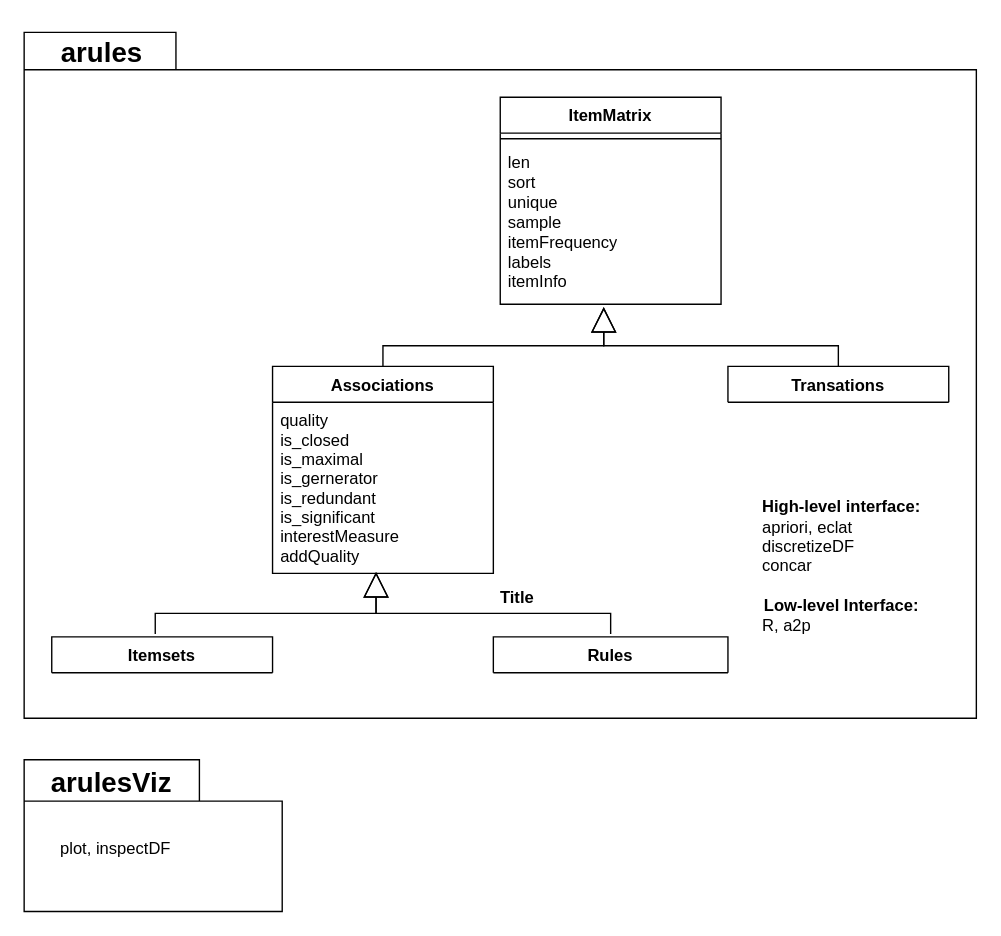
Earlier version of the draw.io diagram paper/arulespy_arxiv/classes.drawio (mhahsler/arulespy). Source tidied: cells renumbered, new cells numbered last; positions are measured from the earlier drawing's top-left corner, leaving out a move shared by most shapes. Both pictures are drawn from the tidied source at 138%, with x=0, y=0 at pixel (23, 23).
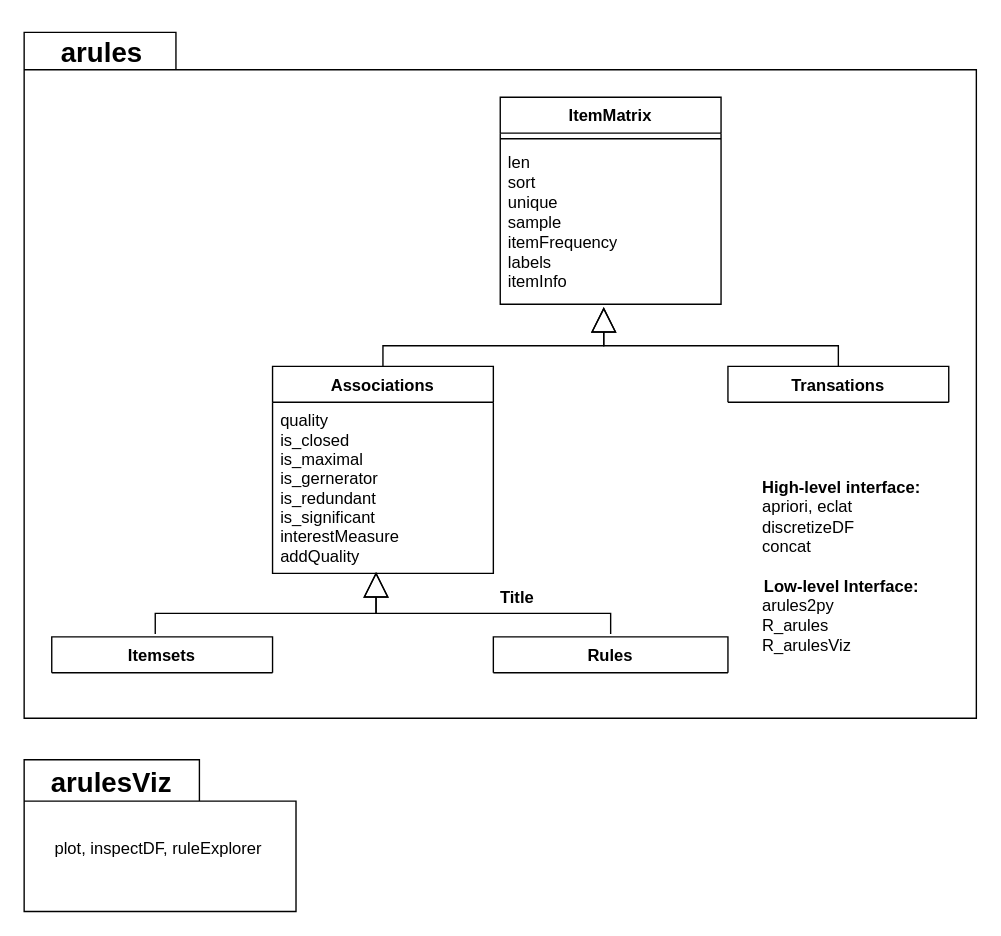
The same page after the edit.

Commit message (it also covers changes not shown here):
Fixed typos and changed names for low-level interface.

What changed in the source:
```diff
@@
     <mxCell id="16" style="shape=folder;fontStyle=1;spacingTop=10;tabWidth=127;tabHeight=30;tabPosition=left;html=1;whiteSpace=wrap;" parent="1" vertex="1">
-      <mxGeometry y="533" width="187" height="110" as="geometry" />
+      <mxGeometry y="533" width="197" height="110" as="geometry" />
     </mxCell>
@@
-    <mxCell id="19" value="&lt;span style=&quot;font-weight: normal;&quot;&gt;plot, inspectDF&lt;/span&gt;" style="text;align=center;fontStyle=1;verticalAlign=middle;spacingLeft=3;spacingRight=3;strokeColor=none;html=1;" parent="1" vertex="1">
-      <mxGeometry x="26" y="585" width="80" height="26" as="geometry" />
+    <mxCell id="19" value="&lt;span style=&quot;font-weight: normal;&quot;&gt;plot, inspectDF, ruleExplorer&lt;/span&gt;" style="text;align=center;fontStyle=1;verticalAlign=middle;spacingLeft=3;spacingRight=3;strokeColor=none;html=1;" parent="1" vertex="1">
+      <mxGeometry x="7" y="585" width="180" height="26" as="geometry" />
     </mxCell>
-    <mxCell id="20" value="High-level interface:&lt;br&gt;&lt;div style=&quot;text-align: left;&quot;&gt;&lt;span style=&quot;font-weight: normal;&quot;&gt;&lt;span style=&quot;background-color: initial;&quot;&gt;apriori, eclat&lt;/span&gt;&lt;br&gt;&lt;span style=&quot;background-color: initial;&quot;&gt;discretizeDF&lt;/span&gt;&lt;br&gt;&lt;span style=&quot;background-color: initial;&quot;&gt;concar&lt;/span&gt;&lt;/span&gt;&lt;br&gt;&lt;/div&gt;&lt;br&gt;Low-level Interface:&lt;br&gt;&lt;div style=&quot;text-align: left;&quot;&gt;&lt;span style=&quot;background-color: initial; font-weight: normal;&quot;&gt;R, a2p&lt;/span&gt;&lt;/div&gt;" style="text;align=center;fontStyle=1;verticalAlign=middle;spacingLeft=3;spacingRight=3;strokeColor=none;html=1;" parent="1" vertex="1">
+    <mxCell id="20" value="High-level interface:&lt;br&gt;&lt;div style=&quot;text-align: left;&quot;&gt;&lt;span style=&quot;font-weight: normal;&quot;&gt;&lt;span style=&quot;background-color: initial;&quot;&gt;apriori, eclat&lt;/span&gt;&lt;br&gt;&lt;span style=&quot;background-color: initial;&quot;&gt;discretizeDF&lt;/span&gt;&lt;br&gt;&lt;span style=&quot;background-color: initial;&quot;&gt;concat&lt;/span&gt;&lt;/span&gt;&lt;br&gt;&lt;/div&gt;&lt;br&gt;Low-level Interface:&lt;br&gt;&lt;div style=&quot;text-align: left;&quot;&gt;&lt;span style=&quot;background-color: initial; font-weight: normal;&quot;&gt;arules2py&lt;/span&gt;&lt;/div&gt;&lt;div style=&quot;text-align: left;&quot;&gt;&lt;span style=&quot;background-color: initial; font-weight: normal;&quot;&gt;R_arules&lt;/span&gt;&lt;/div&gt;&lt;div style=&quot;text-align: left;&quot;&gt;&lt;span style=&quot;background-color: initial; font-weight: normal;&quot;&gt;R_arulesViz&lt;/span&gt;&lt;/div&gt;" style="text;align=center;fontStyle=1;verticalAlign=middle;spacingLeft=3;spacingRight=3;strokeColor=none;html=1;" parent="1" vertex="1">
       <mxGeometry x="527" y="333" width="130" height="120" as="geometry" />
     </mxCell>
```
